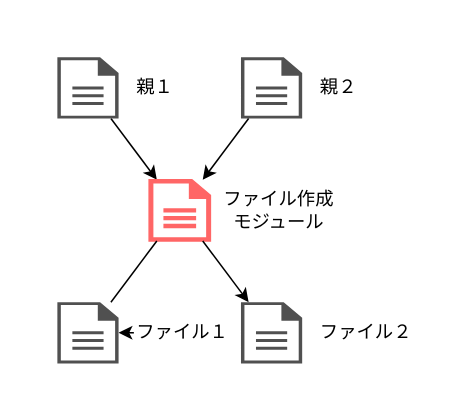
Above: page "goal" (1 of 6) of images/terraform_biginner_modules/terraform_biginner_modules.drawio in sway11466/zenn (draw.io), before the change. Source tidied: cells renumbered, new cells numbered last; positions are measured from the earlier drawing's top-left corner, leaving out a move shared by most shapes. Both pictures are drawn from the tidied source at 153%, with x=0, y=0 at pixel (57, 57).
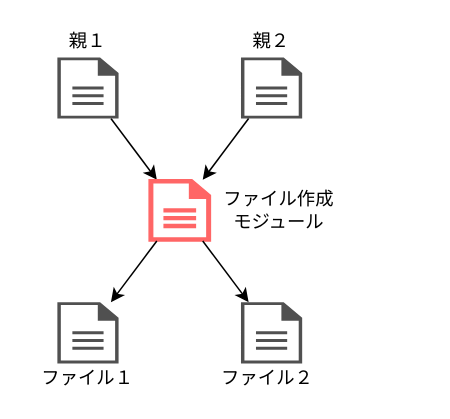
After the change.

Diff of the diagram source:
```diff
@@
 <mxGraphModel>
   <root>
     <mxCell id="0" />
     <mxCell id="1" parent="0" />
     <mxCell id="2" style="rounded=0;jettySize=auto;html=1;" parent="1" edge="1" source="6" target="8">
       <mxGeometry relative="1" as="geometry" />
     </mxCell>
     <mxCell id="3" value="ファイル作成&lt;br&gt;モジュール" style="text;html=1;strokeColor=none;fillColor=none;align=center;verticalAlign=middle;whiteSpace=wrap;rounded=0;" parent="1" vertex="1">
       <mxGeometry x="100" y="80" width="90" height="40" as="geometry" />
     </mxCell>
-    <mxCell id="4" value="親１" style="text;html=1;strokeColor=none;fillColor=none;align=left;verticalAlign=middle;whiteSpace=wrap;rounded=0;" parent="1" vertex="1">
-      <mxGeometry x="50" width="30" height="40" as="geometry" />
+    <mxCell id="4" value="親１" style="text;html=1;strokeColor=none;fillColor=none;align=center;verticalAlign=middle;whiteSpace=wrap;rounded=0;" parent="1" vertex="1">
+      <mxGeometry y="-20" width="40" height="20" as="geometry" />
     </mxCell>
-    <mxCell id="5" value="親２" style="text;html=1;strokeColor=none;fillColor=none;align=left;verticalAlign=middle;whiteSpace=wrap;rounded=0;" parent="1" vertex="1">
-      <mxGeometry x="170" width="30" height="40" as="geometry" />
+    <mxCell id="5" value="親２" style="text;html=1;strokeColor=none;fillColor=none;align=center;verticalAlign=middle;whiteSpace=wrap;rounded=0;" parent="1" vertex="1">
+      <mxGeometry x="120" y="-20" width="40" height="20" as="geometry" />
     </mxCell>
     <mxCell id="6" style="sketch=0;shadow=0;dashed=0;html=1;strokeColor=none;fillColor=#505050;labelPosition=center;verticalLabelPosition=bottom;verticalAlign=top;outlineConnect=0;align=center;shape=mxgraph.office.concepts.document;" parent="1" vertex="1">
       <mxGeometry width="40" height="40" as="geometry" />
     </mxCell>
     <mxCell id="7" style="sketch=0;shadow=0;dashed=0;html=1;strokeColor=none;fillColor=#505050;labelPosition=center;verticalLabelPosition=bottom;verticalAlign=top;outlineConnect=0;align=center;shape=mxgraph.office.concepts.document;" parent="1" vertex="1">
       <mxGeometry x="120" width="40" height="40" as="geometry" />
     </mxCell>
     <mxCell id="8" style="sketch=0;shadow=0;dashed=0;html=1;strokeColor=#FF6666;fillColor=#FF6666;labelPosition=center;verticalLabelPosition=bottom;verticalAlign=top;outlineConnect=0;align=center;shape=mxgraph.office.concepts.document;" parent="1" vertex="1">
       <mxGeometry x="60" y="80" width="40" height="40" as="geometry" />
     </mxCell>
     <mxCell id="9" style="rounded=0;jettySize=auto;html=1;" parent="1" edge="1" source="7" target="8">
       <mxGeometry relative="1" as="geometry" />
     </mxCell>
     <mxCell id="10" style="sketch=0;shadow=0;dashed=0;html=1;strokeColor=none;fillColor=#505050;labelPosition=center;verticalLabelPosition=bottom;verticalAlign=top;outlineConnect=0;align=center;shape=mxgraph.office.concepts.document;" parent="1" vertex="1">
       <mxGeometry y="160" width="40" height="40" as="geometry" />
     </mxCell>
-    <mxCell id="11" style="rounded=0;jettySize=auto;html=1;startArrow=none;" parent="1" edge="1" source="14" target="10">
-      <mxGeometry relative="1" as="geometry" />
-    </mxCell>
     <mxCell id="12" style="sketch=0;shadow=0;dashed=0;html=1;strokeColor=none;fillColor=#505050;labelPosition=center;verticalLabelPosition=bottom;verticalAlign=top;outlineConnect=0;align=center;shape=mxgraph.office.concepts.document;" parent="1" vertex="1">
       <mxGeometry x="120" y="160" width="40" height="40" as="geometry" />
     </mxCell>
     <mxCell id="13" style="rounded=0;jettySize=auto;html=1;" parent="1" edge="1" source="8" target="12">
       <mxGeometry relative="1" as="geometry" />
     </mxCell>
-    <mxCell id="14" value="ファイル１" style="text;html=1;strokeColor=none;fillColor=none;align=left;verticalAlign=middle;whiteSpace=wrap;rounded=0;" parent="1" vertex="1">
-      <mxGeometry x="50" y="160" width="70" height="40" as="geometry" />
+    <mxCell id="14" value="ファイル１" style="text;html=1;strokeColor=none;fillColor=none;align=center;verticalAlign=middle;whiteSpace=wrap;rounded=0;" parent="1" vertex="1">
+      <mxGeometry x="-20" y="200" width="80" height="20" as="geometry" />
     </mxCell>
-    <mxCell id="15" style="rounded=0;jettySize=auto;html=1;endArrow=none;" parent="1" edge="1" source="8" target="10">
+    <mxCell id="15" style="rounded=0;jettySize=auto;html=1;endArrow=classic;endFill=1;" parent="1" edge="1" source="8" target="10">
       <mxGeometry relative="1" as="geometry" />
     </mxCell>
-    <mxCell id="16" value="ファイル２" style="text;html=1;strokeColor=none;fillColor=none;align=left;verticalAlign=middle;whiteSpace=wrap;rounded=0;" parent="1" vertex="1">
-      <mxGeometry x="170" y="160" width="70" height="40" as="geometry" />
+    <mxCell id="16" value="ファイル２" style="text;html=1;strokeColor=none;fillColor=none;align=center;verticalAlign=middle;whiteSpace=wrap;rounded=0;" parent="1" vertex="1">
+      <mxGeometry x="95" y="200" width="85" height="20" as="geometry" />
     </mxCell>
   </root>
 </mxGraphModel>
```
